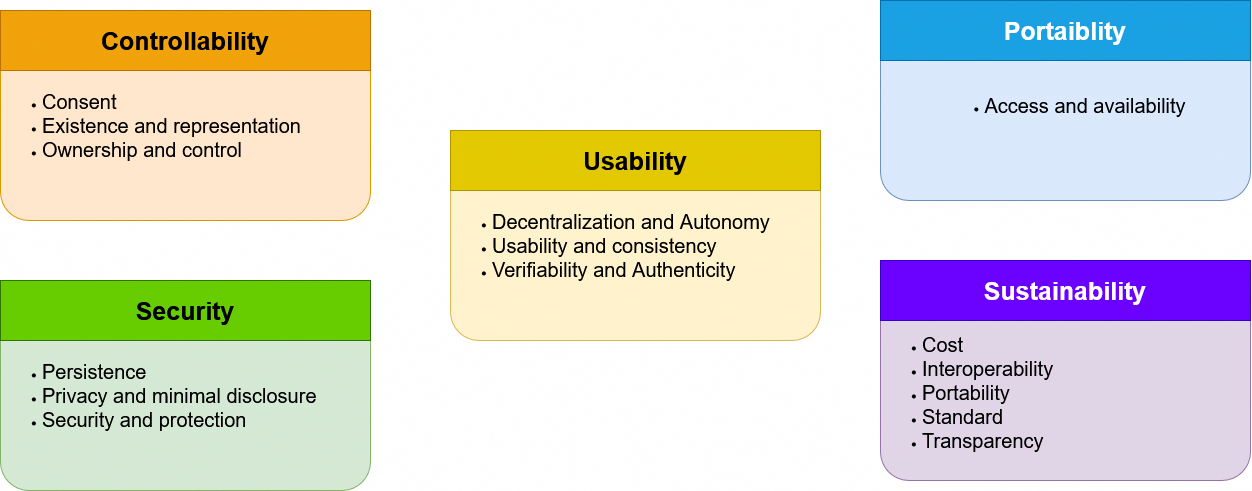
cristianlepore/Self-Sovereign-Identity keeps this draw.io diagram as definition/images/final_list_properties/Final_list_properties.png. Above is the earlier version. Source tidied: cells renumbered, new cells last; positions are measured from the earlier drawing's top-left corner, leaving out a move shared by most shapes.
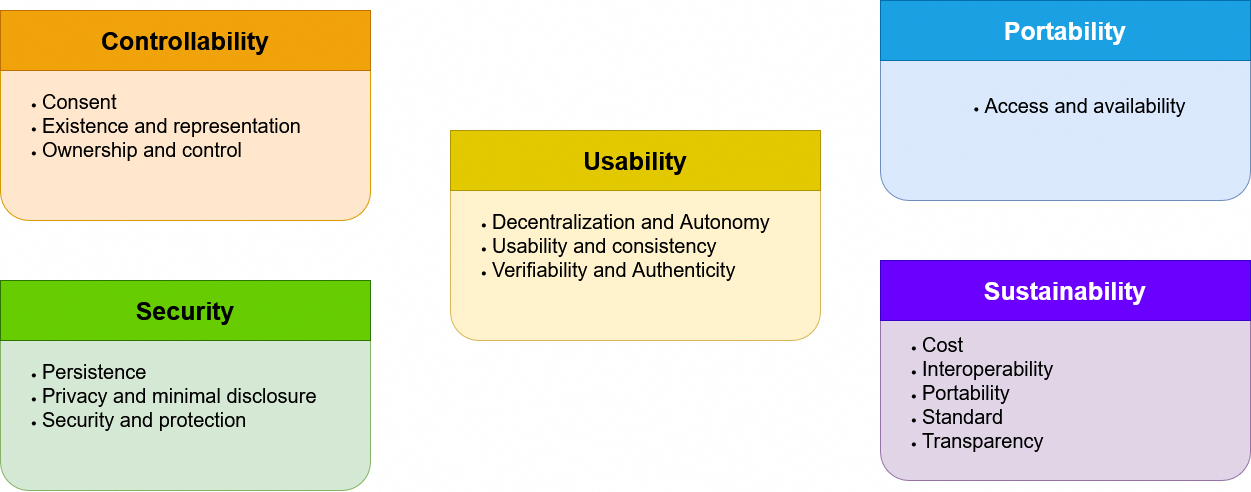
The same diagram one commit later.

What changed in the source:
```diff
@@ -29,8 +29,8 @@
     <mxCell id="10" value="&lt;b&gt;&lt;font style=&quot;font-size: 25px;&quot;&gt;Sustainability&lt;br&gt;&lt;/font&gt;&lt;/b&gt;" style="rounded=0;whiteSpace=wrap;html=1;fillColor=#6a00ff;fontColor=#ffffff;strokeColor=#3700CC;" parent="1" vertex="1">
       <mxGeometry x="880" y="260" width="370" height="60" as="geometry" />
     </mxCell>
-    <mxCell id="11" value="&lt;font style=&quot;font-size: 25px;&quot;&gt;&lt;b&gt;Portaiblity&lt;/b&gt;&lt;/font&gt;" style="rounded=0;whiteSpace=wrap;html=1;fillColor=#1ba1e2;fontColor=#ffffff;strokeColor=#006EAF;" parent="1" vertex="1">
-      <mxGeometry x="880" width="370" height="60" as="geometry" />
-    </mxCell>
+    <mxCell id="12" value="&lt;font style=&quot;font-size: 25px;&quot;&gt;&lt;b&gt;Portability&lt;/b&gt;&lt;/font&gt;" style="rounded=0;whiteSpace=wrap;html=1;fillColor=#1ba1e2;fontColor=#ffffff;strokeColor=#006EAF;" parent="1" vertex="1">
+      <mxGeometry x="880" width="370" height="60" as="geometry" />
+    </mxCell>
   </root>
 </mxGraphModel>
```
